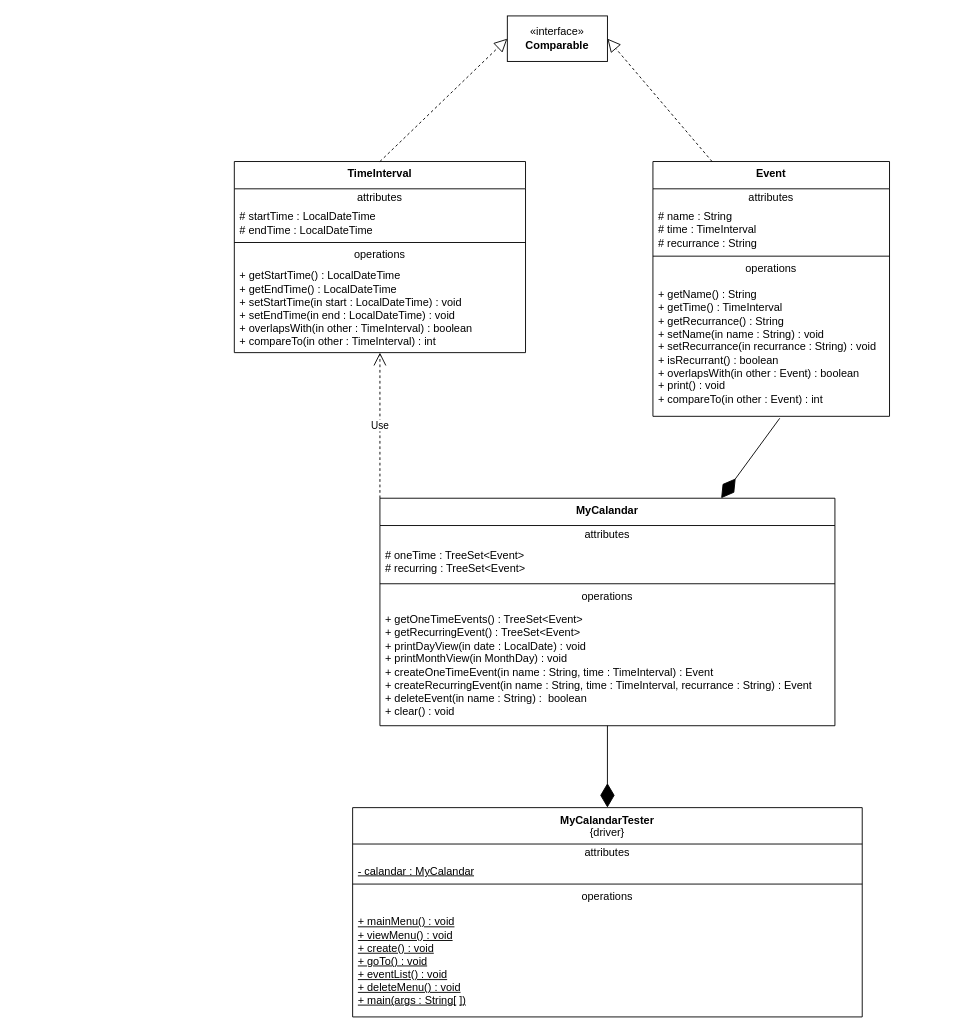
The draw.io diagram obj_oriented_dsgn/programs/assignment1/document/uml.drawio in connor-petri/School, before the edit. Source tidied: cells renumbered, new cells numbered last; positions are measured from the earlier drawing's top-left corner, leaving out a move shared by most shapes. Both pictures are drawn from the tidied source at 91%, with x=0, y=0 at pixel (234, 15).
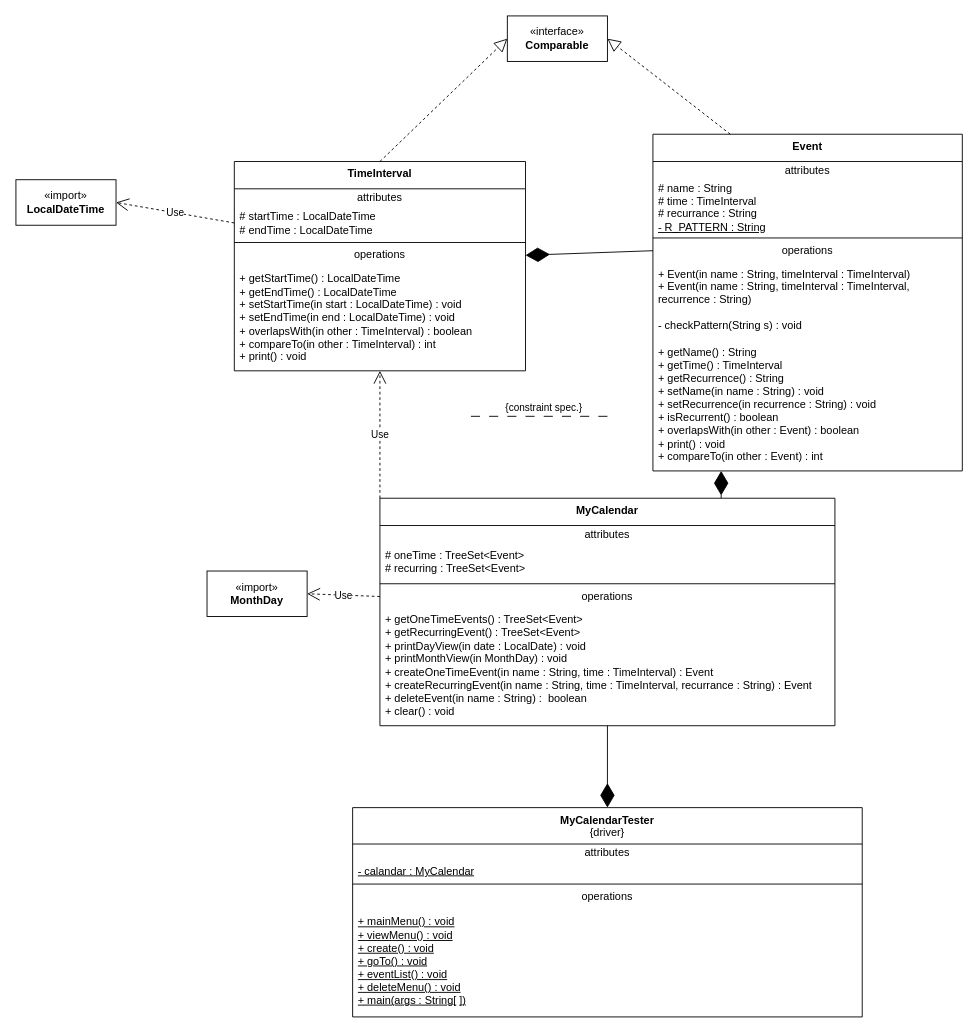
After the change.

The change refers to these unchanged cells:
```xml
<mxCell id="4" value="# startTime : LocalDateTime&lt;div&gt;# endTime : LocalDateTime&lt;/div&gt;" style="text;html=1;strokeColor=none;fillColor=none;align=left;verticalAlign=middle;spacingLeft=4;spacingRight=4;overflow=hidden;points=[[0,0.5],[1,0.5]];portConstraint=eastwest;whiteSpace=wrap;" parent="2" vertex="1">
  <mxGeometry y="50" width="320" height="35" as="geometry" />
</mxCell>
<mxCell id="6" value="operations" style="text;html=1;strokeColor=none;fillColor=none;align=center;verticalAlign=middle;spacingLeft=4;spacingRight=4;overflow=hidden;points=[[0,0.5],[1,0.5]];portConstraint=eastwest;whiteSpace=wrap;" parent="2" vertex="1">
  <mxGeometry y="93" width="320" height="20" as="geometry" />
</mxCell>
<mxCell id="18" value="operations" style="text;html=1;strokeColor=none;fillColor=none;align=center;verticalAlign=middle;spacingLeft=4;spacingRight=4;overflow=hidden;points=[[0,0.5],[1,0.5]];portConstraint=eastwest;whiteSpace=wrap;" parent="14" vertex="1">
  <mxGeometry y="98" width="500" height="20" as="geometry" />
</mxCell>
```

The edit, as a diff of the source:
```diff
@@
     <mxCell id="2" value="&lt;b&gt;TimeInterval&lt;/b&gt;" style="swimlane;fontStyle=0;align=center;verticalAlign=top;horizontal=1;startSize=30;html=1;whiteSpace=wrap;" parent="1" vertex="1">
-      <mxGeometry y="160" width="320" height="210" as="geometry" />
+      <mxGeometry y="160" width="320" height="230" as="geometry" />
     </mxCell>
@@
-    <mxCell id="7" value="+ getStartTime() : LocalDateTime&lt;div&gt;+ getEndTime() : LocalDateTime&lt;/div&gt;&lt;div&gt;+ setStartTime(in start : LocalDateTime) : void&lt;/div&gt;&lt;div&gt;+ setEndTime(in end : LocalDateTime) : void&lt;/div&gt;&lt;div&gt;+ overlapsWith(in other : TimeInterval) : boolean&lt;/div&gt;&lt;div&gt;+ compareTo(in other : TimeInterval) : int&lt;/div&gt;" style="text;html=1;strokeColor=none;fillColor=none;align=left;verticalAlign=middle;spacingLeft=4;spacingRight=4;overflow=hidden;points=[[0,0.5],[1,0.5]];portConstraint=eastwest;whiteSpace=wrap;" parent="2" vertex="1">
-      <mxGeometry y="113" width="320" height="97" as="geometry" />
+    <mxCell id="7" value="+ getStartTime() : LocalDateTime&lt;div&gt;+ getEndTime() : LocalDateTime&lt;/div&gt;&lt;div&gt;+ setStartTime(in start : LocalDateTime) : void&lt;/div&gt;&lt;div&gt;+ setEndTime(in end : LocalDateTime) : void&lt;/div&gt;&lt;div&gt;+ overlapsWith(in other : TimeInterval) : boolean&lt;/div&gt;&lt;div&gt;+ compareTo(in other : TimeInterval) : int&lt;/div&gt;&lt;div&gt;+ print() : void&lt;/div&gt;" style="text;html=1;strokeColor=none;fillColor=none;align=left;verticalAlign=middle;spacingLeft=4;spacingRight=4;overflow=hidden;points=[[0,0.5],[1,0.5]];portConstraint=eastwest;whiteSpace=wrap;" parent="2" vertex="1">
+      <mxGeometry y="113" width="320" height="117" as="geometry" />
     </mxCell>
     <mxCell id="8" value="&lt;b&gt;Event&lt;/b&gt;" style="swimlane;fontStyle=0;align=center;verticalAlign=top;horizontal=1;startSize=30;html=1;whiteSpace=wrap;" parent="1" vertex="1">
-      <mxGeometry x="460" y="160" width="260" height="280" as="geometry" />
+      <mxGeometry x="460" y="130" width="340" height="370" as="geometry" />
     </mxCell>
     <mxCell id="9" value="attributes" style="text;html=1;strokeColor=none;fillColor=none;align=center;verticalAlign=middle;spacingLeft=4;spacingRight=4;overflow=hidden;whiteSpace=wrap;" parent="8" vertex="1">
-      <mxGeometry y="30" width="260" height="20" as="geometry" />
+      <mxGeometry y="30" width="340" height="20" as="geometry" />
     </mxCell>
-    <mxCell id="10" value="# name : String&lt;div&gt;# time : TimeInterval&lt;/div&gt;&lt;div&gt;# recurrance : String&lt;/div&gt;" style="text;html=1;strokeColor=none;fillColor=none;align=left;verticalAlign=middle;spacingLeft=4;spacingRight=4;overflow=hidden;whiteSpace=wrap;" parent="8" vertex="1">
-      <mxGeometry y="50" width="260" height="50" as="geometry" />
+    <mxCell id="10" value="# name : String&lt;div&gt;# time : TimeInterval&lt;/div&gt;&lt;div&gt;# recurrance : String&lt;/div&gt;&lt;div&gt;&lt;u&gt;- R_PATTERN : String&lt;/u&gt;&lt;/div&gt;" style="text;html=1;strokeColor=none;fillColor=none;align=left;verticalAlign=middle;spacingLeft=4;spacingRight=4;overflow=hidden;whiteSpace=wrap;" parent="8" vertex="1">
+      <mxGeometry y="50" width="340" height="60" as="geometry" />
     </mxCell>
     <mxCell id="11" style="line;strokeWidth=1;fillColor=none;align=left;verticalAlign=middle;spacingTop=-1;spacingLeft=3;spacingRight=3;labelPosition=right;" parent="8" vertex="1">
-      <mxGeometry y="100" width="260" height="8" as="geometry" />
+      <mxGeometry y="110" width="340" height="8" as="geometry" />
     </mxCell>
     <mxCell id="12" value="operations" style="text;html=1;strokeColor=none;fillColor=none;align=center;verticalAlign=middle;spacingLeft=4;spacingRight=4;overflow=hidden;points=[[0,0.5],[1,0.5]];portConstraint=eastwest;whiteSpace=wrap;" parent="8" vertex="1">
-      <mxGeometry y="108" width="260" height="20" as="geometry" />
+      <mxGeometry y="118" width="340" height="20" as="geometry" />
     </mxCell>
-    <mxCell id="13" value="+ getName() : String&lt;div&gt;+ getTime() : TimeInterval&lt;/div&gt;&lt;div&gt;+ getRecurrance() : String&lt;/div&gt;&lt;div&gt;+ setName(in name : String) : void&lt;/div&gt;&lt;div&gt;+ setRecurrance(in recurrance : String) : void&lt;/div&gt;&lt;div&gt;+ isRecurrant() : boolean&lt;/div&gt;&lt;div&gt;+ overlapsWith(in other : Event) : boolean&lt;/div&gt;&lt;div&gt;+ print() : void&lt;/div&gt;&lt;div&gt;+ compareTo(in other : Event) : int&lt;/div&gt;" style="text;html=1;strokeColor=none;fillColor=none;align=left;verticalAlign=middle;spacingLeft=4;spacingRight=4;overflow=hidden;points=[[0,0.5],[1,0.5]];portConstraint=eastwest;whiteSpace=wrap;" parent="8" vertex="1">
-      <mxGeometry y="128" width="260" height="152" as="geometry" />
+    <mxCell id="13" value="&lt;div&gt;+ Event(in name : String, timeInterval : TimeInterval)&lt;/div&gt;&lt;div&gt;+ Event(in name : String, timeInterval : TimeInterval, recurrence : String)&lt;/div&gt;&lt;div&gt;&lt;br&gt;&lt;/div&gt;&lt;div&gt;- checkPattern(String s) : void&lt;/div&gt;&lt;div&gt;&lt;br&gt;&lt;/div&gt;+ getName() : String&lt;div&gt;+ getTime() : TimeInterval&lt;/div&gt;&lt;div&gt;+ getRecurrence() : String&lt;/div&gt;&lt;div&gt;+ setName(in name : String) : void&lt;/div&gt;&lt;div&gt;+ setRecurrence(in recurrence : String) : void&lt;/div&gt;&lt;div&gt;+ isRecurrent() : boolean&lt;/div&gt;&lt;div&gt;+ overlapsWith(in other : Event) : boolean&lt;/div&gt;&lt;div&gt;+ print() : void&lt;/div&gt;&lt;div&gt;+ compareTo(in other : Event) : int&lt;/div&gt;" style="text;html=1;strokeColor=none;fillColor=none;align=left;verticalAlign=middle;spacingLeft=4;spacingRight=4;overflow=hidden;points=[[0,0.5],[1,0.5]];portConstraint=eastwest;whiteSpace=wrap;" parent="8" vertex="1">
+      <mxGeometry y="138" width="340" height="232" as="geometry" />
     </mxCell>
-    <mxCell id="14" value="&lt;b&gt;MyCalandar&lt;/b&gt;" style="swimlane;fontStyle=0;align=center;verticalAlign=top;horizontal=1;startSize=30;html=1;whiteSpace=wrap;" parent="1" vertex="1">
+    <mxCell id="14" value="&lt;b&gt;MyCalendar&lt;/b&gt;" style="swimlane;fontStyle=0;align=center;verticalAlign=top;horizontal=1;startSize=30;html=1;whiteSpace=wrap;" parent="1" vertex="1">
       <mxGeometry x="160" y="530" width="500" height="250" as="geometry" />
     </mxCell>
@@
-    <mxCell id="21" value="&lt;b&gt;MyCalandarTester&lt;/b&gt;&lt;br&gt;{driver}" style="swimlane;fontStyle=0;align=center;verticalAlign=top;horizontal=1;startSize=40;html=1;whiteSpace=wrap;" parent="1" vertex="1">
+    <mxCell id="21" value="&lt;b&gt;MyCalendarTester&lt;/b&gt;&lt;br&gt;{driver}" style="swimlane;fontStyle=0;align=center;verticalAlign=top;horizontal=1;startSize=40;html=1;whiteSpace=wrap;" parent="1" vertex="1">
       <mxGeometry x="130" y="870" width="560" height="230" as="geometry" />
     </mxCell>
@@
-    <mxCell id="23" value="&lt;u&gt;- calandar : MyCalandar&lt;/u&gt;" style="text;html=1;strokeColor=none;fillColor=none;align=left;verticalAlign=middle;spacingLeft=4;spacingRight=4;overflow=hidden;whiteSpace=wrap;" parent="21" vertex="1">
+    <mxCell id="23" value="&lt;u&gt;- calandar : MyCalendar&lt;/u&gt;" style="text;html=1;strokeColor=none;fillColor=none;align=left;verticalAlign=middle;spacingLeft=4;spacingRight=4;overflow=hidden;whiteSpace=wrap;" parent="21" vertex="1">
       <mxGeometry y="60" width="560" height="20" as="geometry" />
     </mxCell>
@@
-    <mxCell id="30" style="endArrow=diamondThin;endFill=1;endSize=24;html=1;rounded=0;exitX=0.536;exitY=1.014;exitDx=0;exitDy=0;exitPerimeter=0;entryX=0.75;entryY=0;entryDx=0;entryDy=0;" parent="1" edge="1" source="13" target="14">
-      <mxGeometry relative="1" as="geometry" />
+    <mxCell id="30" style="endArrow=diamondThin;endFill=1;endSize=24;html=1;rounded=0;exitX=0.75;exitY=0;exitDx=0;exitDy=0;entryX=0.75;entryY=0;entryDx=0;entryDy=0;" parent="1" edge="1" source="14">
+      <mxGeometry relative="1" as="geometry">
+        <mxPoint x="535" y="500" as="targetPoint" />
+      </mxGeometry>
     </mxCell>
@@
+    <mxCell id="32" style="endArrow=diamondThin;endFill=1;endSize=24;html=1;rounded=0;entryX=1;entryY=0.5;entryDx=0;entryDy=0;exitX=0;exitY=0.5;exitDx=0;exitDy=0;" parent="1" edge="1" source="12" target="6">
+      <mxGeometry relative="1" as="geometry" />
+    </mxCell>
+    <mxCell id="33" value="«import»&lt;br&gt;&lt;b&gt;LocalDateTime&lt;/b&gt;" style="html=1;whiteSpace=wrap;" parent="1" vertex="1">
+      <mxGeometry x="-240" y="180" width="110" height="50" as="geometry" />
+    </mxCell>
+    <mxCell id="34" value="«import»&lt;div&gt;&lt;b&gt;MonthDay&lt;/b&gt;&lt;/div&gt;" style="html=1;whiteSpace=wrap;" parent="1" vertex="1">
+      <mxGeometry x="-30" y="610" width="110" height="50" as="geometry" />
+    </mxCell>
+    <mxCell id="35" value="Use" style="endArrow=open;endSize=12;dashed=1;html=1;rounded=0;entryX=1;entryY=0.5;entryDx=0;entryDy=0;exitX=0;exitY=0.5;exitDx=0;exitDy=0;" parent="1" edge="1" source="4" target="33">
+      <mxGeometry relative="1" as="geometry" />
+    </mxCell>
+    <mxCell id="36" value="Use" style="endArrow=open;endSize=12;dashed=1;html=1;rounded=0;entryX=1;entryY=0.5;entryDx=0;entryDy=0;exitX=0;exitY=0.5;exitDx=0;exitDy=0;" parent="1" edge="1" source="18" target="34">
+      <mxGeometry relative="1" as="geometry" />
+    </mxCell>
+    <mxCell id="37" value="{constraint spec.}" style="endArrow=none;startArrow=none;endFill=0;startFill=0;endSize=8;html=1;verticalAlign=bottom;dashed=1;labelBackgroundColor=none;dashPattern=10 10;rounded=0;" parent="1" edge="1">
+      <mxGeometry relative="1" as="geometry">
+        <mxPoint x="260" y="440" as="sourcePoint" />
+        <mxPoint x="420" y="440" as="targetPoint" />
+      </mxGeometry>
+    </mxCell>
```
